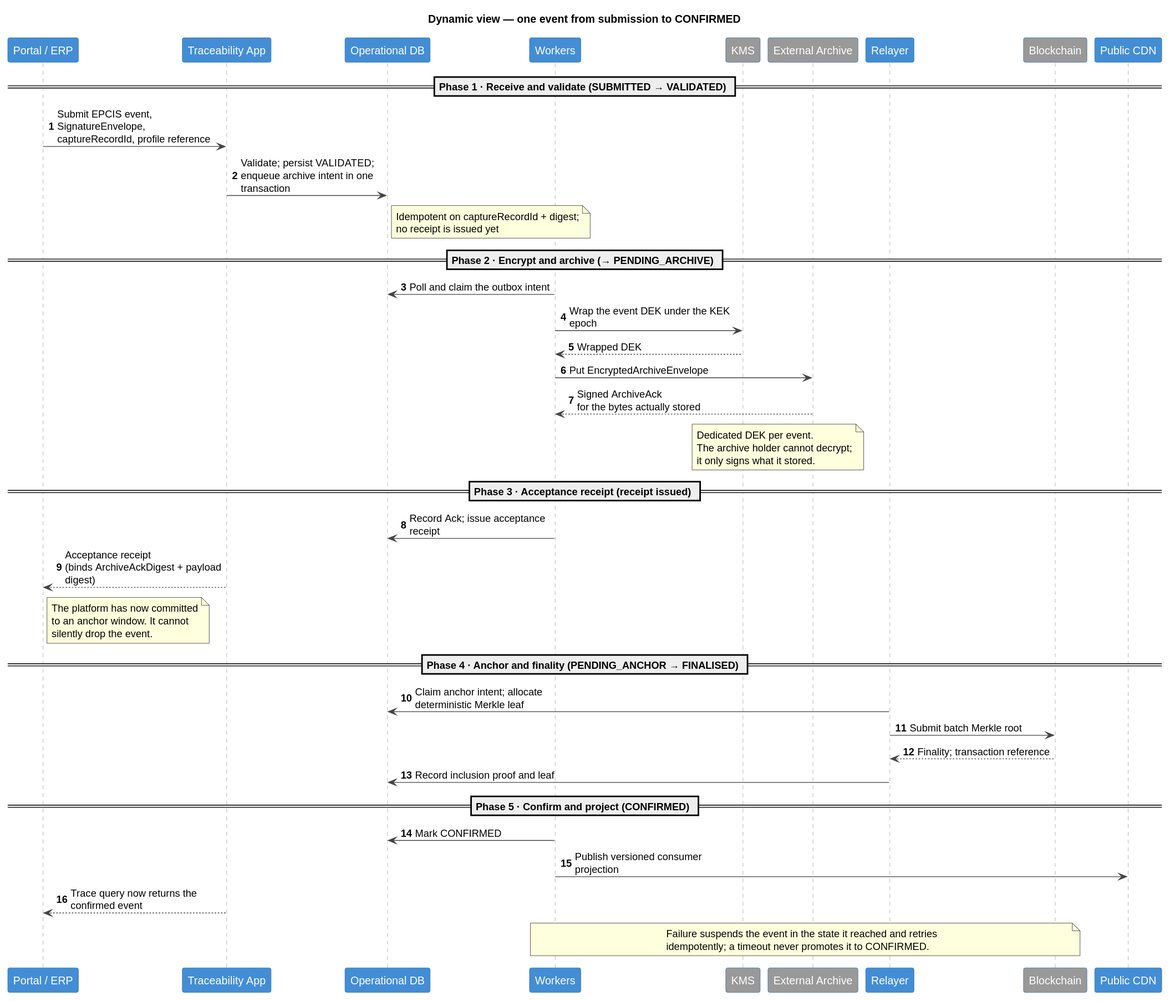
kuangshen04/48433assignment keeps this PlantUML diagram as docs/public/diagrams/c4-dynamic.svg. Above is the earlier version.
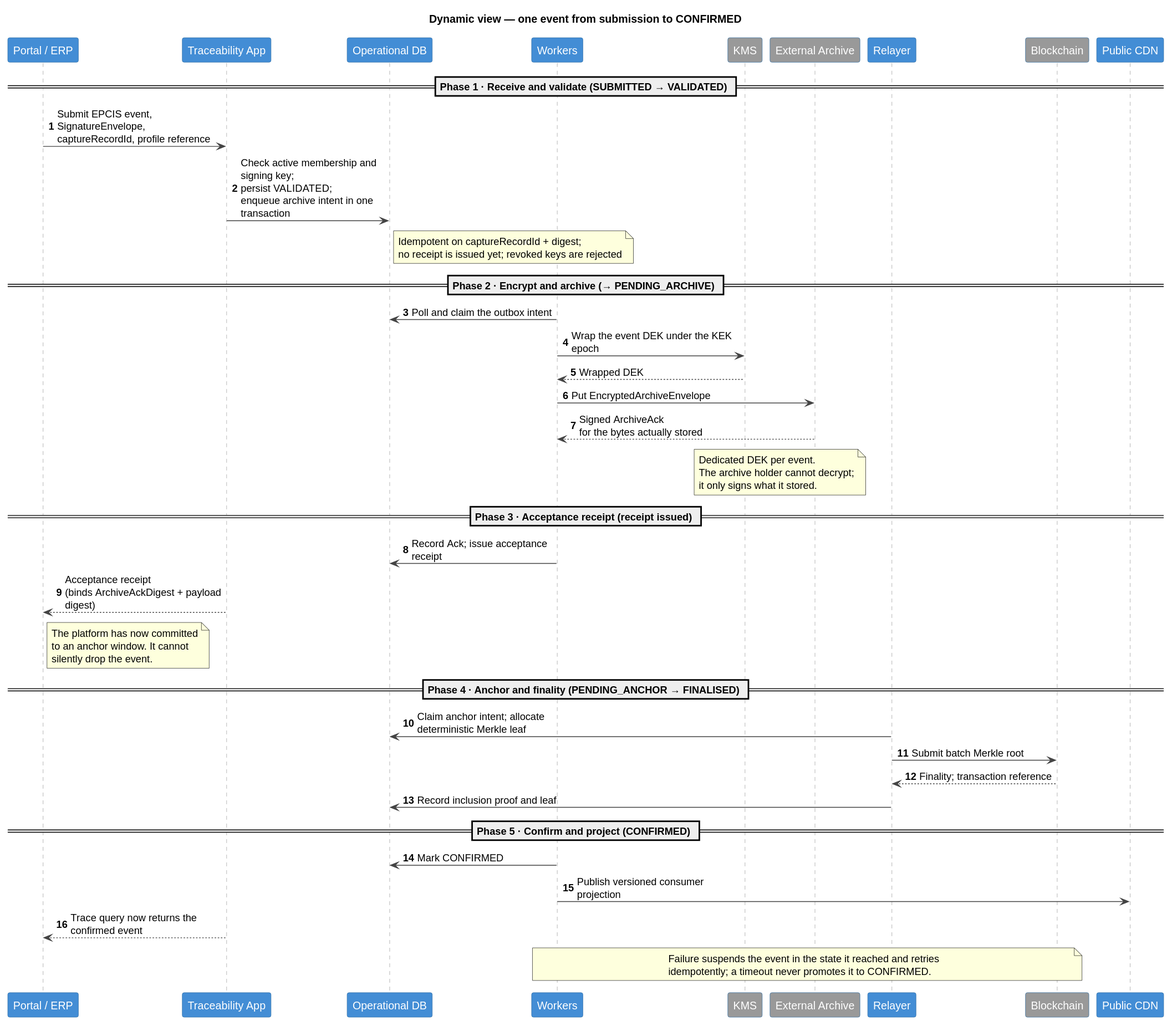
After the commit.

Change to the diagram source:
```diff
@@ -29,8 +29,8 @@
 
 == Phase 1 · Receive and validate (SUBMITTED → VALIDATED) ==
 client -> app: Submit EPCIS event, SignatureEnvelope,\ncaptureRecordId, profile reference
-app -> db: Validate; persist VALIDATED;\nenqueue archive intent in one transaction
-note right of db: Idempotent on captureRecordId + digest;\nno receipt is issued yet
+app -> db: Check active membership and signing key;\npersist VALIDATED;\nenqueue archive intent in one transaction
+note right of db: Idempotent on captureRecordId + digest;\nno receipt is issued yet; revoked keys are rejected
 
 == Phase 2 · Encrypt and archive (→ PENDING_ARCHIVE) ==
 workers -> db: Poll and claim the outbox intent
```
